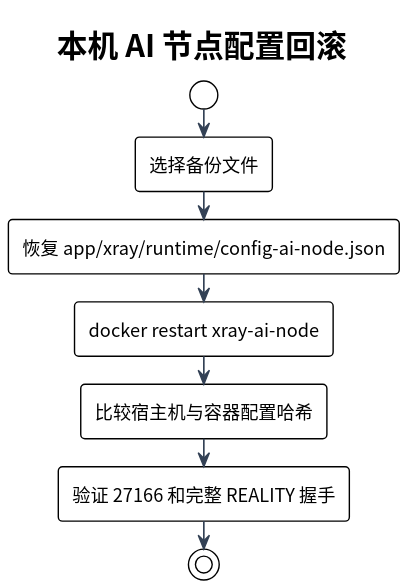
The PlantUML diagram docs/diagrams/ai-node-rollback.svg in i-zrhe2016/ai-routing-panel, before a commit.
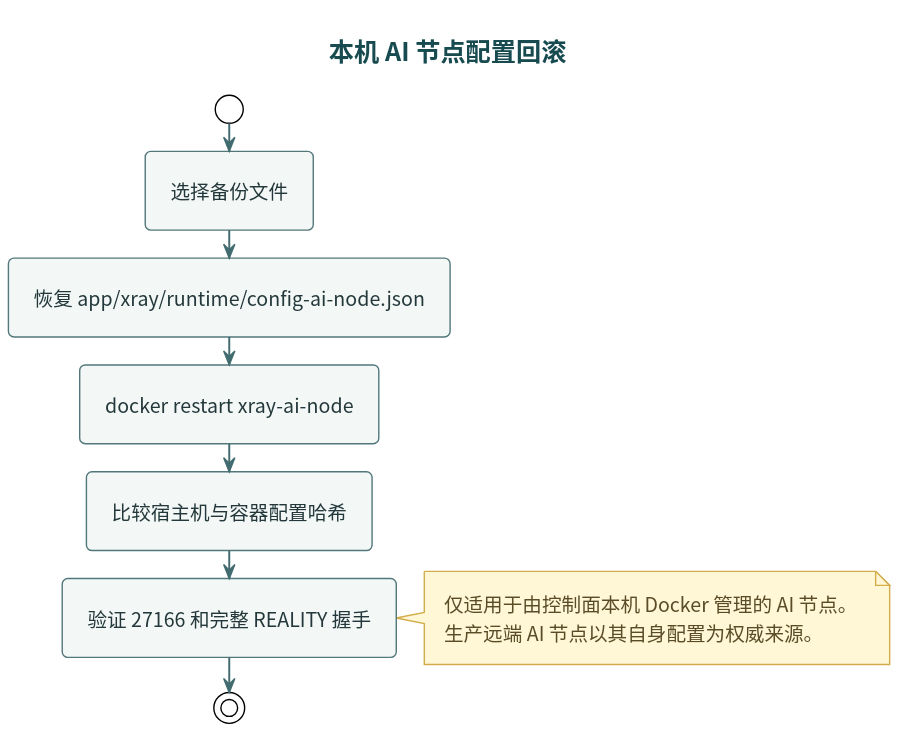
After the change.

Change to the diagram source:
```diff
@@ -7,5 +7,9 @@
 :docker restart xray-ai-node;
 :比较宿主机与容器配置哈希;
 :验证 27166 和完整 REALITY 握手;
+note right
+仅适用于由控制面本机 Docker 管理的 AI 节点。
+生产远端 AI 节点以其自身配置为权威来源。
+end note
 stop
 @enduml
```
